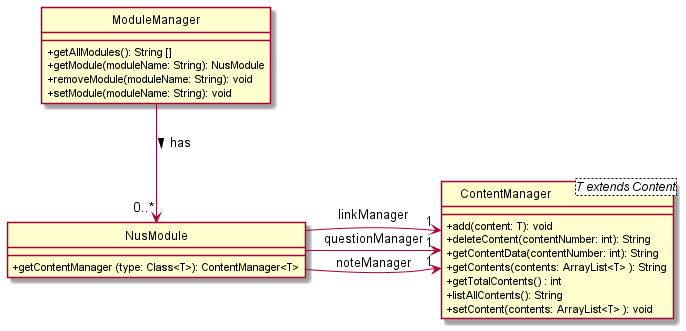
Before: docs/attachments/Module.png, a diagram exported from PlantUML (nus-cs2113-AY2122S1/tp).
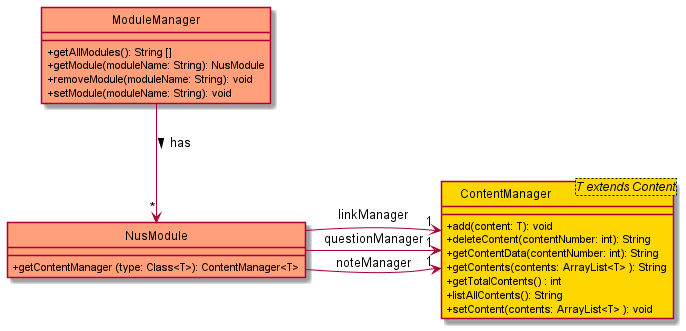
Above is the later version.

Diff of the diagram source:
```diff
@@ -1,15 +1,14 @@
 @startuml
 
-skinparam classAttributeIconSize 0
-hide circle
+!include ClassStyle.puml
 
 NusModule -> "1" ContentManager: noteManager
 NusModule -> "1" ContentManager: linkManager
 NusModule -> "1" ContentManager: questionManager
 
-ModuleManager  --> "0..*" NusModule :  has >
+ModuleManager  --> "*" NusModule :  has >
 !startsub MODULEMANAGER
-class ModuleManager {
+class ModuleManager MODULE_COLOR {
   + getAllModules(): String []
   + getModule(moduleName: String): NusModule
   + removeModule(moduleName: String): void
@@ -17,7 +16,7 @@
 }
 !endsub
 
-class NusModule {
+class NusModule MODULE_COLOR {
   + getContentManager (type: Class<T>): ContentManager<T>
 }
 
```
